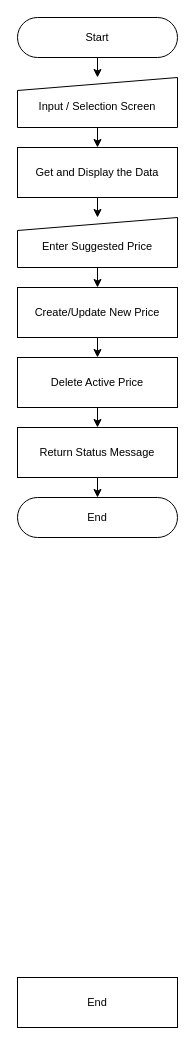
ivanpilariza/assignment keeps this draw.io diagram as SD_R12129.drawio. Above is the earlier version. Source tidied: cells renumbered, new cells numbered last; positions are measured from the earlier drawing's top-left corner, leaving out a move shared by most shapes. Both pictures are drawn from the tidied source at 100%, with x=0, y=0 at pixel (17, 17).
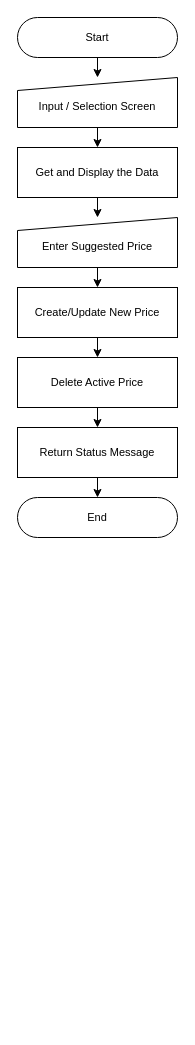
After the change.

Diff of the diagram source:
```diff
@@
 <mxGraphModel>
   <root>
     <mxCell id="0" />
     <mxCell id="1" parent="0" />
     <mxCell id="2" style="edgeStyle=orthogonalEdgeStyle;rounded=0;jettySize=auto;html=1;exitX=0.5;exitY=0.5;exitDx=0;exitDy=20;exitPerimeter=0;entryX=0.5;entryY=0;entryDx=0;entryDy=0;" parent="1" edge="1" source="3" target="5">
       <mxGeometry relative="1" as="geometry" />
     </mxCell>
     <mxCell id="3" value="Start" style="html=1;dashed=0;whiteSpace=wrap;shape=mxgraph.dfd.start;fontSize=11;" parent="1" vertex="1">
       <mxGeometry width="160" height="40" as="geometry" />
     </mxCell>
     <mxCell id="4" style="edgeStyle=orthogonalEdgeStyle;rounded=0;jettySize=auto;html=1;exitX=0.5;exitY=1;exitDx=0;exitDy=0;entryX=0.5;entryY=0;entryDx=0;entryDy=0;" parent="1" edge="1" source="5" target="7">
       <mxGeometry relative="1" as="geometry" />
     </mxCell>
     <mxCell id="5" value="Input / Selection Screen" style="shape=manualInput;whiteSpace=wrap;html=1;fontSize=11;size=13;spacingTop=7;" parent="1" vertex="1">
       <mxGeometry y="60" width="160" height="50" as="geometry" />
     </mxCell>
     <mxCell id="6" style="edgeStyle=orthogonalEdgeStyle;rounded=0;jettySize=auto;html=1;exitX=0.5;exitY=1;exitDx=0;exitDy=0;entryX=0.5;entryY=0;entryDx=0;entryDy=0;" parent="1" edge="1" source="7" target="9">
       <mxGeometry relative="1" as="geometry" />
     </mxCell>
     <mxCell id="7" value="Get and Display the Data" style="shape=process;whiteSpace=wrap;html=1;backgroundOutline=1;fontSize=11;size=0;" parent="1" vertex="1">
       <mxGeometry y="130" width="160" height="50" as="geometry" />
     </mxCell>
     <mxCell id="8" style="edgeStyle=orthogonalEdgeStyle;rounded=0;jettySize=auto;html=1;exitX=0.5;exitY=1;exitDx=0;exitDy=0;entryX=0.5;entryY=0;entryDx=0;entryDy=0;" parent="1" edge="1" source="9" target="11">
       <mxGeometry relative="1" as="geometry" />
     </mxCell>
     <mxCell id="9" value="Enter Suggested Price" style="shape=manualInput;whiteSpace=wrap;html=1;fontSize=11;size=13;spacingTop=7;" parent="1" vertex="1">
       <mxGeometry y="200" width="160" height="50" as="geometry" />
     </mxCell>
     <mxCell id="10" style="edgeStyle=orthogonalEdgeStyle;rounded=0;jettySize=auto;html=1;exitX=0.5;exitY=1;exitDx=0;exitDy=0;entryX=0.5;entryY=0;entryDx=0;entryDy=0;" parent="1" edge="1" source="11" target="13">
       <mxGeometry relative="1" as="geometry" />
     </mxCell>
     <mxCell id="11" value="Create/Update New Price" style="shape=process;whiteSpace=wrap;html=1;backgroundOutline=1;fontSize=11;size=0;" parent="1" vertex="1">
       <mxGeometry y="270" width="160" height="50" as="geometry" />
     </mxCell>
     <mxCell id="12" style="edgeStyle=orthogonalEdgeStyle;rounded=0;jettySize=auto;html=1;exitX=0.5;exitY=1;exitDx=0;exitDy=0;entryX=0.5;entryY=0;entryDx=0;entryDy=0;" parent="1" edge="1" source="13" target="14">
       <mxGeometry relative="1" as="geometry" />
     </mxCell>
     <mxCell id="13" value="Delete Active Price" style="shape=process;whiteSpace=wrap;html=1;backgroundOutline=1;fontSize=11;size=0;" parent="1" vertex="1">
       <mxGeometry y="340" width="160" height="50" as="geometry" />
     </mxCell>
     <mxCell id="14" value="Return Status Message" style="shape=process;whiteSpace=wrap;html=1;backgroundOutline=1;fontSize=11;size=0;" parent="1" vertex="1">
       <mxGeometry y="410" width="160" height="50" as="geometry" />
     </mxCell>
     <mxCell id="15" value="End" style="html=1;dashed=0;whiteSpace=wrap;shape=mxgraph.dfd.start;fontSize=11;" parent="1" vertex="1">
       <mxGeometry y="480" width="160" height="40" as="geometry" />
     </mxCell>
-    <mxCell id="16" value="End" style="shape=process;whiteSpace=wrap;html=1;backgroundOutline=1;fontSize=11;size=0;" parent="1" vertex="1">
-      <mxGeometry y="960" width="160" height="50" as="geometry" />
-    </mxCell>
     <mxCell id="17" style="edgeStyle=orthogonalEdgeStyle;rounded=0;jettySize=auto;html=1;exitX=0.5;exitY=1;exitDx=0;exitDy=0;entryX=0.5;entryY=0.5;entryDx=0;entryDy=-20;entryPerimeter=0;" parent="1" edge="1" source="14" target="15">
       <mxGeometry relative="1" as="geometry" />
     </mxCell>
   </root>
 </mxGraphModel>
```
